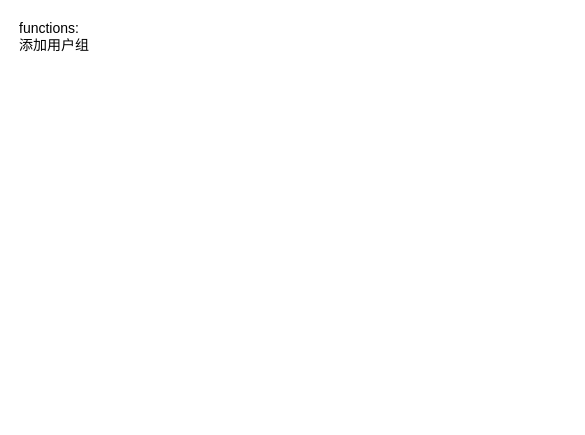
The draw.io diagram page "sequence-addGroup" (3 of 3) of CDRS/user-module-design.drawio in waterwatermelon/graph, before the edit. Source tidied: cells renumbered, new cells numbered last; positions are measured from the earlier drawing's top-left corner, leaving out a move shared by most shapes. Both pictures are drawn from the tidied source at 100%, with x=0, y=0 at pixel (17, 17).
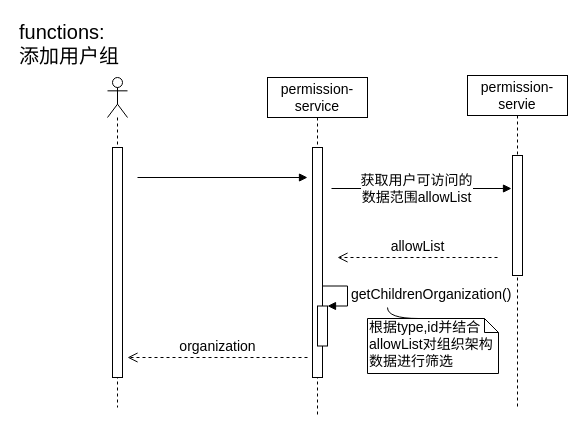
Above is the later version.

The edit, as a diff of the source:
```diff
@@
-    <mxCell id="2" value="functions:&lt;br&gt;添加用户组" style="text;html=1;align=left;verticalAlign=top;spacingTop=-4;fontSize=14;" parent="1" vertex="1">
-      <mxGeometry width="90" height="40" as="geometry" />
+    <mxCell id="2" value="&lt;font style=&quot;font-size: 20px&quot;&gt;functions:&lt;br&gt;添加用户组&lt;/font&gt;" style="text;html=1;align=left;verticalAlign=top;spacingTop=-4;fontSize=14;" parent="1" vertex="1">
+      <mxGeometry width="120" height="40" as="geometry" />
     </mxCell>
+    <mxCell id="3" style="shape=umlLifeline;participant=umlActor;perimeter=lifelinePerimeter;whiteSpace=wrap;html=1;verticalAlign=top;spacingTop=36;labelBackgroundColor=#ffffff;fontSize=14;" parent="1" vertex="1">
+      <mxGeometry x="90" y="60" width="20" height="330" as="geometry" />
+    </mxCell>
+    <mxCell id="4" style="html=1;perimeter=orthogonalPerimeter;fontSize=14;" parent="3" vertex="1">
+      <mxGeometry x="5" y="70" width="10" height="230" as="geometry" />
+    </mxCell>
+    <mxCell id="5" value="permission-service" style="shape=umlLifeline;perimeter=lifelinePerimeter;whiteSpace=wrap;html=1;fontSize=14;" parent="1" vertex="1">
+      <mxGeometry x="250" y="60" width="100" height="340" as="geometry" />
+    </mxCell>
+    <mxCell id="6" style="html=1;perimeter=orthogonalPerimeter;fontSize=14;" parent="5" vertex="1">
+      <mxGeometry x="45" y="70" width="10" height="230" as="geometry" />
+    </mxCell>
+    <mxCell id="7" value="getChildrenOrganization()" style="edgeStyle=orthogonalEdgeStyle;html=1;align=left;spacingLeft=2;endArrow=block;rounded=0;entryX=1;entryY=0;fontSize=14;" parent="5" edge="1" target="8">
+      <mxGeometry relative="1" as="geometry">
+        <mxPoint x="55" y="208.5" as="sourcePoint" />
+        <Array as="points">
+          <mxPoint x="80" y="208.5" />
+        </Array>
+      </mxGeometry>
+    </mxCell>
+    <mxCell id="8" style="html=1;points=[];perimeter=orthogonalPerimeter;fontSize=14;" parent="5" vertex="1">
+      <mxGeometry x="50" y="228.5" width="10" height="40" as="geometry" />
+    </mxCell>
+    <mxCell id="9" value="permission-servie" style="shape=umlLifeline;perimeter=lifelinePerimeter;whiteSpace=wrap;html=1;fontSize=14;" parent="1" vertex="1">
+      <mxGeometry x="450" y="58" width="100" height="332" as="geometry" />
+    </mxCell>
+    <mxCell id="10" style="html=1;perimeter=orthogonalPerimeter;fontSize=14;" parent="9" vertex="1">
+      <mxGeometry x="45" y="80" width="10" height="120" as="geometry" />
+    </mxCell>
+    <mxCell id="11" style="html=1;verticalAlign=bottom;endArrow=block;fontSize=14;" parent="1" edge="1">
+      <mxGeometry x="-0.06" y="-30" relative="1" as="geometry">
+        <mxPoint x="120" y="160" as="sourcePoint" />
+        <mxPoint x="290" y="160" as="targetPoint" />
+      </mxGeometry>
+    </mxCell>
+    <mxCell id="12" value="获取用户可访问的&lt;br&gt;数据范围allowList" style="html=1;verticalAlign=bottom;endArrow=block;fontSize=14;" parent="1" edge="1">
+      <mxGeometry x="-0.06" y="-20" relative="1" as="geometry">
+        <mxPoint x="314" y="171" as="sourcePoint" />
+        <mxPoint x="494" y="171" as="targetPoint" />
+      </mxGeometry>
+    </mxCell>
+    <mxCell id="13" value="allowList" style="html=1;verticalAlign=bottom;endArrow=open;dashed=1;endSize=8;fontSize=14;" parent="1" edge="1">
+      <mxGeometry relative="1" as="geometry">
+        <mxPoint x="480" y="240" as="sourcePoint" />
+        <mxPoint x="320" y="240" as="targetPoint" />
+      </mxGeometry>
+    </mxCell>
+    <mxCell id="14" style="edgeStyle=orthogonalEdgeStyle;curved=1;rounded=0;jettySize=auto;html=1;exitX=0;exitY=0;exitDx=51;exitDy=0;exitPerimeter=0;endArrow=none;endFill=0;fontSize=14;" parent="1" edge="1" source="15">
+      <mxGeometry relative="1" as="geometry">
+        <mxPoint x="370" y="290" as="targetPoint" />
+      </mxGeometry>
+    </mxCell>
+    <mxCell id="15" value="根据type,id并结合allowList对组织架构数据进行筛选" style="shape=note;whiteSpace=wrap;html=1;size=14;verticalAlign=top;align=left;spacingTop=-6;fontSize=14;" parent="1" vertex="1">
+      <mxGeometry x="350" y="301" width="131" height="55" as="geometry" />
+    </mxCell>
+    <mxCell id="16" value="organization" style="html=1;verticalAlign=bottom;endArrow=open;dashed=1;endSize=8;fontSize=14;" parent="1" edge="1">
+      <mxGeometry relative="1" as="geometry">
+        <mxPoint x="290" y="340" as="sourcePoint" />
+        <mxPoint x="110" y="340" as="targetPoint" />
+      </mxGeometry>
+    </mxCell>
```
